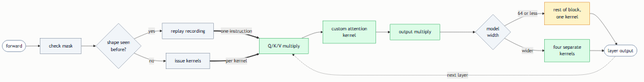
Above: images/forward-pass.png in jazwinn/Distraction-OptimizedTransformerLayer (Mermaid), before the change. Its source is kept beside it as images/forward-pass.mmd. Its diagram source:
```mermaid
flowchart LR
    entry(["forward"]) --> probe["check mask"]
    probe --> cache{"shape seen<br/>before?"}
    cache -->|"yes"| replay["replay recording"]
    cache -->|"no"| eager["issue kernels"]

    replay ==>|"one instruction"| qkv["Q/K/V multiply"]
    eager ==>|"per kernel"| qkv
    qkv --> attn["custom attention<br/>kernel"] --> outp["output multiply"] --> gate{"model<br/>width"}
    gate -->|"64 or less"| fused["rest of block,<br/>one kernel"]
    gate -->|"wider"| chain["four separate<br/>kernels"]
    fused --> out(["layer output"])
    chain --> out
    out -.->|"next layer"| qkv

    classDef host fill:#f1f5f9,stroke:#64748b,color:#0f172a;
    classDef dev fill:#dcfce7,stroke:#16a34a,color:#0f172a;
    classDef fuse fill:#fef3c7,stroke:#d97706,color:#0f172a;
    classDef edge fill:#ffffff,stroke:#94a3b8,color:#0f172a;
    class probe,cache,replay,eager,gate host;
    class qkv,attn,outp,chain dev;
    class fused fuse;
    class entry,out edge;
```
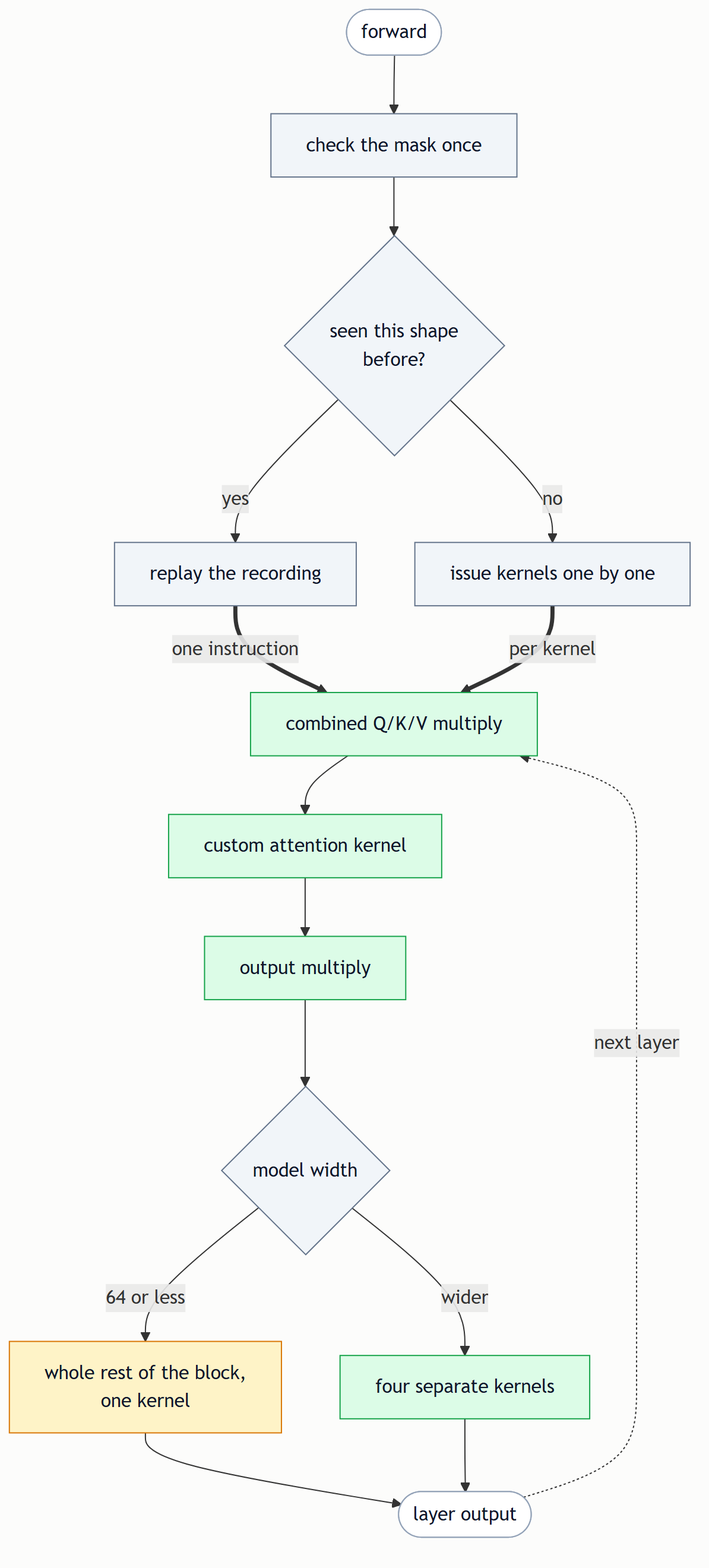
After the change.

Change to the diagram source:
```diff
@@ -1,14 +1,14 @@
-flowchart LR
-    entry(["forward"]) --> probe["check mask"]
-    probe --> cache{"shape seen<br/>before?"}
-    cache -->|"yes"| replay["replay recording"]
-    cache -->|"no"| eager["issue kernels"]
+flowchart TD
+    entry(["forward"]) --> probe["check the mask once"]
+    probe --> cache{"seen this shape<br/>before?"}
+    cache -->|"yes"| replay["replay the recording"]
+    cache -->|"no"| eager["issue kernels one by one"]
 
-    replay ==>|"one instruction"| qkv["Q/K/V multiply"]
+    replay ==>|"one instruction"| qkv["combined Q/K/V multiply"]
     eager ==>|"per kernel"| qkv
-    qkv --> attn["custom attention<br/>kernel"] --> outp["output multiply"] --> gate{"model<br/>width"}
-    gate -->|"64 or less"| fused["rest of block,<br/>one kernel"]
-    gate -->|"wider"| chain["four separate<br/>kernels"]
+    qkv --> attn["custom attention kernel"] --> outp["output multiply"] --> gate{"model width"}
+    gate -->|"64 or less"| fused["whole rest of the block,<br/>one kernel"]
+    gate -->|"wider"| chain["four separate kernels"]
     fused --> out(["layer output"])
     chain --> out
     out -.->|"next layer"| qkv
```
